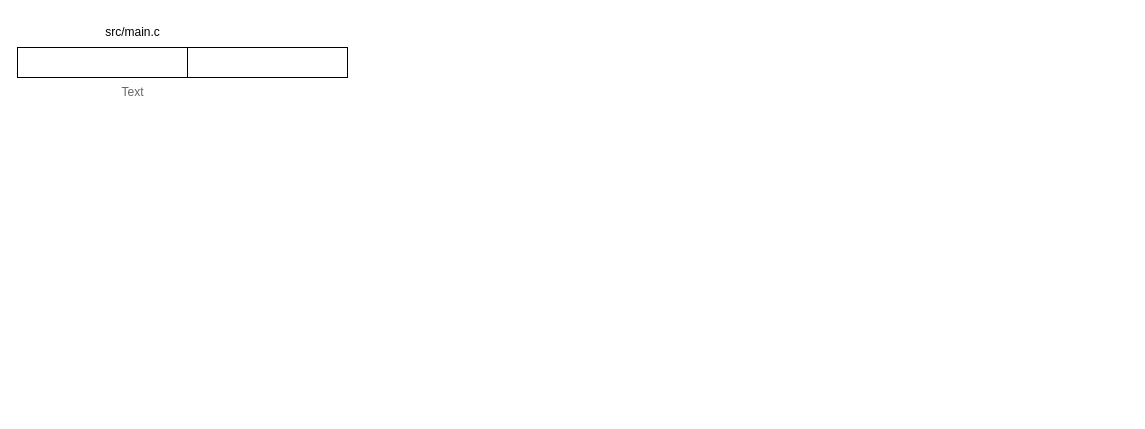
Earlier version of the draw.io diagram box64_workflow.drawio (wangguidong1999/drawio_picture). Source tidied: cells renumbered, new cells numbered last; positions are measured from the earlier drawing's top-left corner, leaving out a move shared by most shapes. Both pictures are drawn from the tidied source at 100%, with x=0, y=0 at pixel (17, 17).
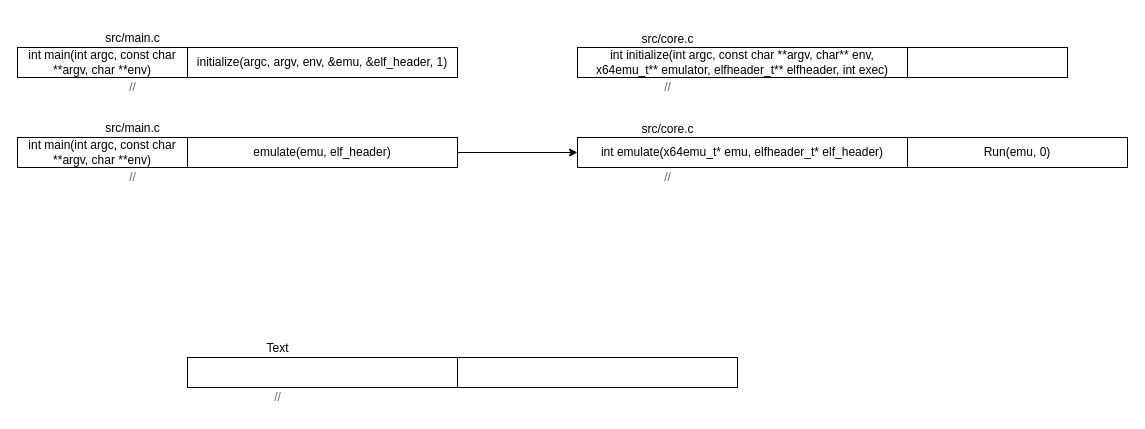
After the change.

The edit, as a diff of the source:
```diff
@@
-    <mxCell id="2" style="rounded=0;whiteSpace=wrap;html=1;" parent="1" vertex="1">
+    <mxCell id="2" value="int main(int argc, const char **argv, char **env)" style="rounded=0;whiteSpace=wrap;html=1;" parent="1" vertex="1">
       <mxGeometry y="30" width="170" height="30" as="geometry" />
     </mxCell>
-    <mxCell id="3" style="rounded=0;whiteSpace=wrap;html=1;" parent="1" vertex="1">
-      <mxGeometry x="170" y="30" width="160" height="30" as="geometry" />
+    <mxCell id="3" value="initialize(argc, argv, env, &amp;amp;emu, &amp;amp;elf_header, 1)" style="rounded=0;whiteSpace=wrap;html=1;" parent="1" vertex="1">
+      <mxGeometry x="170" y="30" width="270" height="30" as="geometry" />
     </mxCell>
     <mxCell id="4" value="src/main.c" style="text;html=1;align=center;verticalAlign=middle;strokeColor=none;fillColor=none;" parent="1" vertex="1">
-      <mxGeometry x="75" width="80" height="30" as="geometry" />
+      <mxGeometry x="75" y="6" width="80" height="30" as="geometry" />
     </mxCell>
-    <mxCell id="5" value="Text" style="text;html=1;align=center;verticalAlign=middle;strokeColor=none;fillColor=none;fontColor=#666666;" parent="1" vertex="1">
-      <mxGeometry x="90" y="60" width="50" height="30" as="geometry" />
+    <mxCell id="5" value="//" style="text;html=1;align=center;verticalAlign=middle;strokeColor=none;fillColor=none;fontColor=#666666;" parent="1" vertex="1">
+      <mxGeometry x="100" y="55" width="30" height="30" as="geometry" />
     </mxCell>
+    <mxCell id="6" value="int main(int argc, const char **argv, char **env)" style="rounded=0;whiteSpace=wrap;html=1;" parent="1" vertex="1">
+      <mxGeometry y="120" width="170" height="30" as="geometry" />
+    </mxCell>
+    <mxCell id="7" style="edgeStyle=orthogonalEdgeStyle;rounded=0;jettySize=auto;html=1;exitX=1;exitY=0.5;exitDx=0;exitDy=0;entryX=0;entryY=0.5;entryDx=0;entryDy=0;" parent="1" edge="1" source="8" target="15">
+      <mxGeometry relative="1" as="geometry" />
+    </mxCell>
+    <mxCell id="8" value="emulate(emu, elf_header)" style="rounded=0;whiteSpace=wrap;html=1;" parent="1" vertex="1">
+      <mxGeometry x="170" y="120" width="270" height="30" as="geometry" />
+    </mxCell>
+    <mxCell id="9" value="src/main.c" style="text;html=1;align=center;verticalAlign=middle;strokeColor=none;fillColor=none;" parent="1" vertex="1">
+      <mxGeometry x="75" y="96" width="80" height="30" as="geometry" />
+    </mxCell>
+    <mxCell id="10" value="//" style="text;html=1;align=center;verticalAlign=middle;strokeColor=none;fillColor=none;fontColor=#666666;" parent="1" vertex="1">
+      <mxGeometry x="100" y="145" width="30" height="30" as="geometry" />
+    </mxCell>
+    <mxCell id="11" value="int initialize(int argc, const char **argv, char** env, x64emu_t** emulator, elfheader_t** elfheader, int exec)" style="rounded=0;whiteSpace=wrap;html=1;" parent="1" vertex="1">
+      <mxGeometry x="560" y="30" width="330" height="30" as="geometry" />
+    </mxCell>
+    <mxCell id="12" style="rounded=0;whiteSpace=wrap;html=1;" parent="1" vertex="1">
+      <mxGeometry x="890" y="30" width="160" height="30" as="geometry" />
+    </mxCell>
+    <mxCell id="13" value="src/core.c" style="text;html=1;align=center;verticalAlign=middle;strokeColor=none;fillColor=none;" parent="1" vertex="1">
+      <mxGeometry x="610" y="7" width="80" height="30" as="geometry" />
+    </mxCell>
+    <mxCell id="14" value="//" style="text;html=1;align=center;verticalAlign=middle;strokeColor=none;fillColor=none;fontColor=#666666;" parent="1" vertex="1">
+      <mxGeometry x="635" y="55" width="30" height="30" as="geometry" />
+    </mxCell>
+    <mxCell id="15" value="int emulate(x64emu_t* emu, elfheader_t* elf_header)" style="rounded=0;whiteSpace=wrap;html=1;" parent="1" vertex="1">
+      <mxGeometry x="560" y="120" width="330" height="30" as="geometry" />
+    </mxCell>
+    <mxCell id="16" value="Run(emu, 0)" style="rounded=0;whiteSpace=wrap;html=1;" parent="1" vertex="1">
+      <mxGeometry x="890" y="120" width="220" height="30" as="geometry" />
+    </mxCell>
+    <mxCell id="17" value="src/core.c" style="text;html=1;align=center;verticalAlign=middle;strokeColor=none;fillColor=none;" parent="1" vertex="1">
+      <mxGeometry x="610" y="97" width="80" height="30" as="geometry" />
+    </mxCell>
+    <mxCell id="18" value="//" style="text;html=1;align=center;verticalAlign=middle;strokeColor=none;fillColor=none;fontColor=#666666;" parent="1" vertex="1">
+      <mxGeometry x="635" y="145" width="30" height="30" as="geometry" />
+    </mxCell>
+    <mxCell id="19" style="rounded=0;whiteSpace=wrap;html=1;" parent="1" vertex="1">
+      <mxGeometry x="170" y="340" width="270" height="30" as="geometry" />
+    </mxCell>
+    <mxCell id="20" style="rounded=0;whiteSpace=wrap;html=1;" parent="1" vertex="1">
+      <mxGeometry x="440" y="340" width="280" height="30" as="geometry" />
+    </mxCell>
+    <mxCell id="21" value="Text" style="text;html=1;align=center;verticalAlign=middle;strokeColor=none;fillColor=none;" parent="1" vertex="1">
+      <mxGeometry x="235" y="316" width="50" height="30" as="geometry" />
+    </mxCell>
+    <mxCell id="22" value="//" style="text;html=1;align=center;verticalAlign=middle;strokeColor=none;fillColor=none;fontColor=#666666;" parent="1" vertex="1">
+      <mxGeometry x="245" y="365" width="30" height="30" as="geometry" />
+    </mxCell>
```
